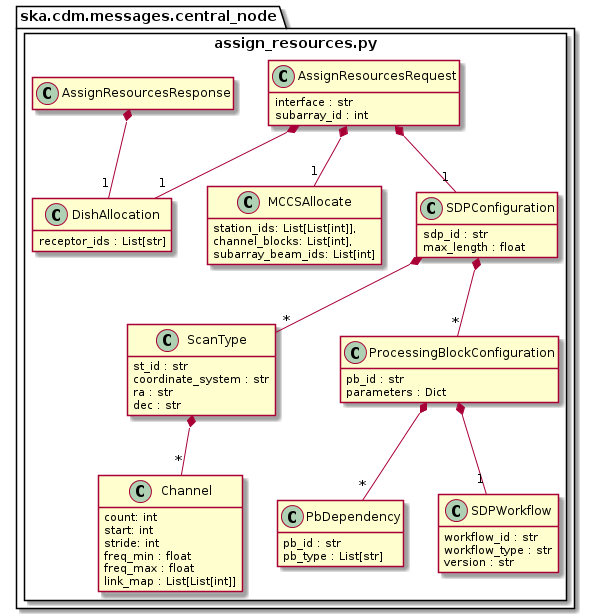
Before: docs/src/developer/centralnode/assignresources.png, a diagram exported from PlantUML (ska-telescope/cdm-shared-library).
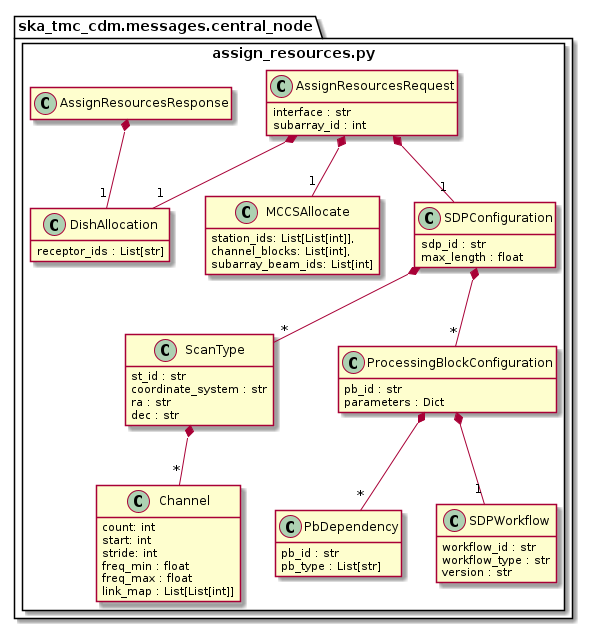
Above is the later version.

Change to the diagram source:
```diff
@@ -1,7 +1,7 @@
 @startuml
 hide empty members
 
-package ska.cdm.messages.central_node {
+package ska_tmc_cdm.messages.central_node {
     package assign_resources.py <<Rectangle>> {
         class DishAllocation {
             receptor_ids : List[str]
@@ -68,4 +68,5 @@
         AssignResourcesResponse *-- "1" DishAllocation
 	}
 }
+
 @enduml
```
